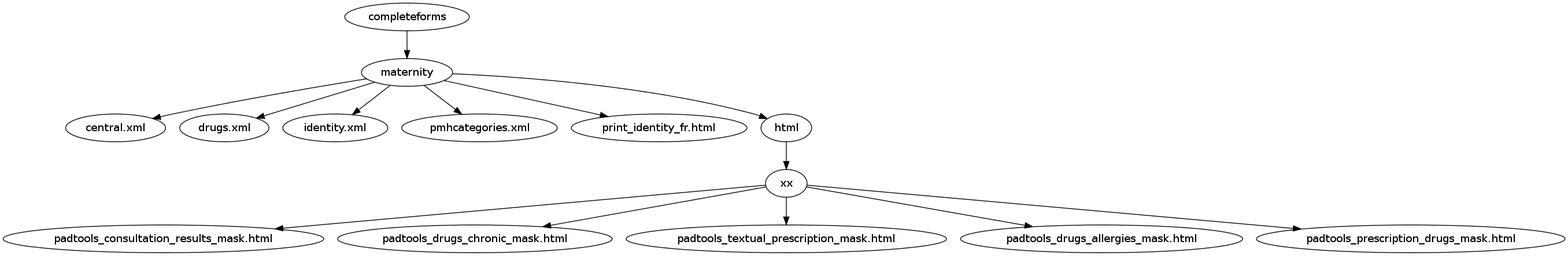
Before: dot/completeforms.png, a diagram exported from Graphviz (maternite/maternite.github.io). Its source is kept beside it as dot/completeforms.gv.
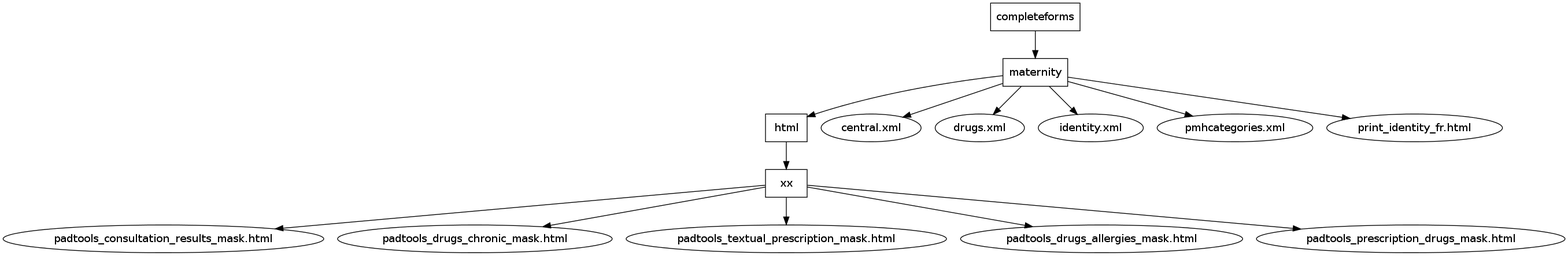
The same file after the commit.

Commit message:
folders structure

The edit, as a diff of the source:
```diff
@@ -1,4 +1,10 @@
 digraph Folders {
+
+    completeforms [shape=box];
+    maternity [shape=box];
+    html [shape=box];
+    xx [shape=box];
+
     completeforms -> maternity
     maternity -> {"central.xml";"drugs.xml";"identity.xml";"pmhcategories.xml";"print_identity_fr.html";"html"}
     html -> xx
```
